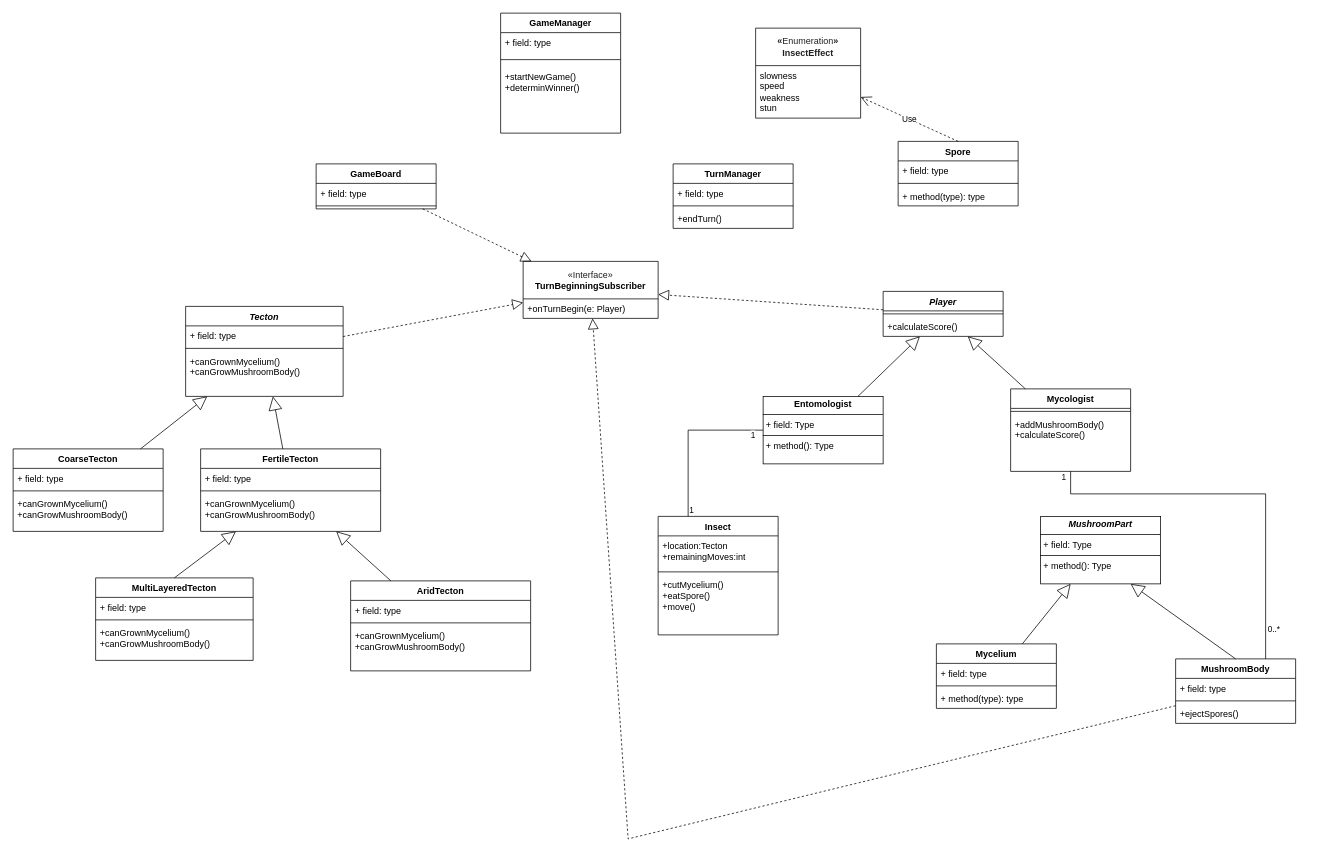
Earlier version of the draw.io diagram Fungrorium_ClassDiagram.drawio (koharzsombor/bandITs). Source tidied: cells renumbered, new cells numbered last; positions are measured from the earlier drawing's top-left corner, leaving out a move shared by most shapes. Both pictures are drawn from the tidied source at 75%, with x=0, y=0 at pixel (13, 13).
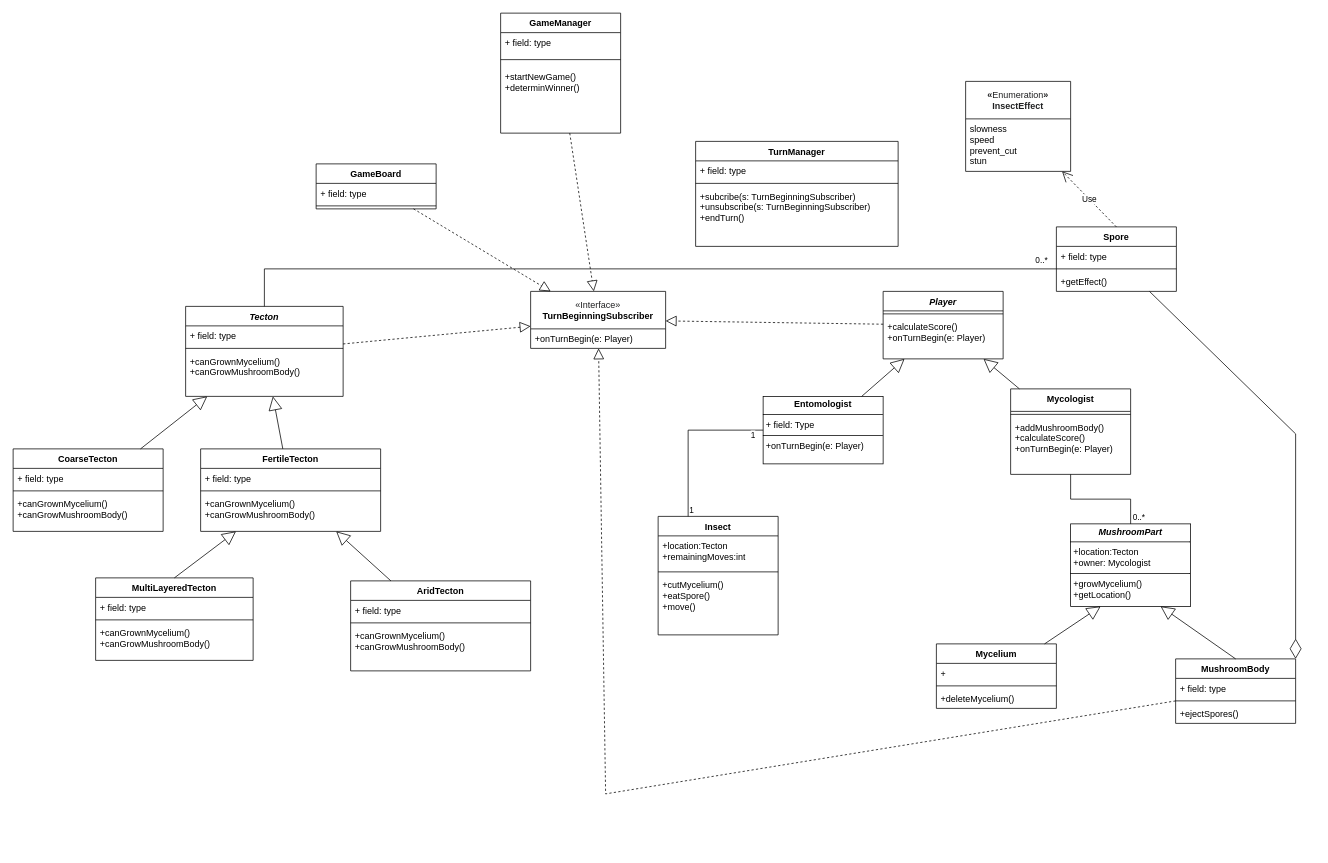
The same page after the edit.

Commit message (it also covers changes not shown here):
#8 Diagram frissitve

Unchanged cells that the change refers to:
```xml
<mxCell id="2" value="&lt;i style=&quot;&quot;&gt;Tecton&lt;/i&gt;" style="swimlane;fontStyle=1;align=center;verticalAlign=top;horizontal=1;startSize=26;whiteSpace=wrap;html=1;" parent="1" vertex="1">
  <mxGeometry x="230" y="391" width="210" height="120" as="geometry" />
</mxCell>
<mxCell id="28" value="Mycelium" style="swimlane;fontStyle=1;align=center;verticalAlign=top;horizontal=1;startSize=26;whiteSpace=wrap;html=1;" parent="1" vertex="1">
  <mxGeometry x="1231" y="841" width="160" height="86" as="geometry" />
</mxCell>
<mxCell id="32" value="MushroomBody" style="swimlane;fontStyle=1;align=center;verticalAlign=top;horizontal=1;startSize=26;whiteSpace=wrap;html=1;" parent="1" vertex="1">
  <mxGeometry x="1550" y="861" width="160" height="86" as="geometry" />
</mxCell>
<mxCell id="46" value="GameManager" style="swimlane;fontStyle=1;align=center;verticalAlign=top;horizontal=1;startSize=26;whiteSpace=wrap;html=1;" parent="1" vertex="1">
  <mxGeometry x="650" width="160" height="160" as="geometry" />
</mxCell>
```

The edit, as a diff of the source:
```diff
@@
-    <mxCell id="26" value="&lt;p style=&quot;margin:0px;margin-top:4px;text-align:center;&quot;&gt;&lt;b&gt;&lt;i&gt;MushroomPart&lt;/i&gt;&lt;/b&gt;&lt;/p&gt;&lt;hr size=&quot;1&quot; style=&quot;border-style:solid;&quot;&gt;&lt;p style=&quot;margin:0px;margin-left:4px;&quot;&gt;+ field: Type&lt;/p&gt;&lt;hr size=&quot;1&quot; style=&quot;border-style:solid;&quot;&gt;&lt;p style=&quot;margin:0px;margin-left:4px;&quot;&gt;+ method(): Type&lt;/p&gt;" style="verticalAlign=top;align=left;overflow=fill;html=1;whiteSpace=wrap;" parent="1" vertex="1">
-      <mxGeometry x="1370" y="671" width="160" height="90" as="geometry" />
+    <mxCell id="26" value="&lt;p style=&quot;margin:0px;margin-top:4px;text-align:center;&quot;&gt;&lt;b&gt;&lt;i&gt;MushroomPart&lt;/i&gt;&lt;/b&gt;&lt;/p&gt;&lt;hr size=&quot;1&quot; style=&quot;border-style:solid;&quot;&gt;&lt;p style=&quot;margin:0px;margin-left:4px;&quot;&gt;+location:Tecton&lt;/p&gt;&lt;p style=&quot;margin:0px;margin-left:4px;&quot;&gt;+owner: Mycologist&lt;/p&gt;&lt;hr size=&quot;1&quot; style=&quot;border-style:solid;&quot;&gt;&lt;p style=&quot;margin:0px;margin-left:4px;&quot;&gt;+growMycelium()&lt;/p&gt;&lt;p style=&quot;margin:0px;margin-left:4px;&quot;&gt;+getLocation()&lt;/p&gt;" style="verticalAlign=top;align=left;overflow=fill;html=1;whiteSpace=wrap;" parent="1" vertex="1">
+      <mxGeometry x="1410" y="681" width="160" height="110" as="geometry" />
     </mxCell>
@@
-    <mxCell id="29" value="+ field: type" style="text;strokeColor=none;fillColor=none;align=left;verticalAlign=top;spacingLeft=4;spacingRight=4;overflow=hidden;whiteSpace=wrap;html=1;" parent="28" vertex="1">
+    <mxCell id="29" value="+" style="text;strokeColor=none;fillColor=none;align=left;verticalAlign=top;spacingLeft=4;spacingRight=4;overflow=hidden;whiteSpace=wrap;html=1;" parent="28" vertex="1">
       <mxGeometry y="26" width="160" height="26" as="geometry" />
     </mxCell>
@@
-    <mxCell id="31" value="+ method(type): type" style="text;strokeColor=none;fillColor=none;align=left;verticalAlign=top;spacingLeft=4;spacingRight=4;overflow=hidden;whiteSpace=wrap;html=1;" parent="28" vertex="1">
+    <mxCell id="31" value="+deleteMycelium()" style="text;strokeColor=none;fillColor=none;align=left;verticalAlign=top;spacingLeft=4;spacingRight=4;overflow=hidden;whiteSpace=wrap;html=1;" parent="28" vertex="1">
       <mxGeometry y="60" width="160" height="26" as="geometry" />
     </mxCell>
@@
     <mxCell id="38" value="Spore" style="swimlane;fontStyle=1;align=center;verticalAlign=top;horizontal=1;startSize=26;whiteSpace=wrap;html=1;" parent="1" vertex="1">
-      <mxGeometry x="1180" y="171" width="160" height="86" as="geometry" />
+      <mxGeometry x="1391" y="285" width="160" height="86" as="geometry" />
     </mxCell>
@@
-    <mxCell id="41" value="+ method(type): type" style="text;strokeColor=none;fillColor=none;align=left;verticalAlign=top;spacingLeft=4;spacingRight=4;overflow=hidden;whiteSpace=wrap;html=1;" parent="38" vertex="1">
+    <mxCell id="41" value="+getEffect()" style="text;strokeColor=none;fillColor=none;align=left;verticalAlign=top;spacingLeft=4;spacingRight=4;overflow=hidden;whiteSpace=wrap;html=1;" parent="38" vertex="1">
       <mxGeometry y="60" width="160" height="26" as="geometry" />
     </mxCell>
@@
-    <mxCell id="53" value="&lt;p style=&quot;margin:0px;margin-top:4px;text-align:center;&quot;&gt;&lt;b&gt;Entomologist&lt;/b&gt;&lt;/p&gt;&lt;hr size=&quot;1&quot; style=&quot;border-style:solid;&quot;&gt;&lt;p style=&quot;margin:0px;margin-left:4px;&quot;&gt;+ field: Type&lt;/p&gt;&lt;hr size=&quot;1&quot; style=&quot;border-style:solid;&quot;&gt;&lt;p style=&quot;margin:0px;margin-left:4px;&quot;&gt;+ method(): Type&lt;/p&gt;" style="verticalAlign=top;align=left;overflow=fill;html=1;whiteSpace=wrap;" parent="1" vertex="1">
+    <mxCell id="53" value="&lt;p style=&quot;margin:0px;margin-top:4px;text-align:center;&quot;&gt;&lt;b&gt;Entomologist&lt;/b&gt;&lt;/p&gt;&lt;hr size=&quot;1&quot; style=&quot;border-style:solid;&quot;&gt;&lt;p style=&quot;margin:0px;margin-left:4px;&quot;&gt;+ field: Type&lt;/p&gt;&lt;hr size=&quot;1&quot; style=&quot;border-style:solid;&quot;&gt;&lt;p style=&quot;margin:0px;margin-left:4px;&quot;&gt;+onTurnBegin(e: Player)&lt;/p&gt;" style="verticalAlign=top;align=left;overflow=fill;html=1;whiteSpace=wrap;" parent="1" vertex="1">
       <mxGeometry x="1000" y="511" width="160" height="90" as="geometry" />
     </mxCell>
     <mxCell id="54" value="&lt;div&gt;&lt;i style=&quot;background-color: transparent; color: light-dark(rgb(0, 0, 0), rgb(255, 255, 255));&quot;&gt;Player&lt;/i&gt;&lt;/div&gt;" style="swimlane;fontStyle=1;align=center;verticalAlign=top;horizontal=1;startSize=26;whiteSpace=wrap;html=1;" parent="1" vertex="1">
-      <mxGeometry x="1160" y="371" width="160" height="60" as="geometry" />
+      <mxGeometry x="1160" y="371" width="160" height="90" as="geometry" />
     </mxCell>
@@
-    <mxCell id="56" value="+calculateScore()" style="text;strokeColor=none;fillColor=none;align=left;verticalAlign=top;spacingLeft=4;spacingRight=4;overflow=hidden;whiteSpace=wrap;html=1;" parent="54" vertex="1">
-      <mxGeometry y="34" width="160" height="26" as="geometry" />
+    <mxCell id="56" value="+calculateScore()&lt;div&gt;+onTurnBegin(e: Player)&lt;/div&gt;" style="text;strokeColor=none;fillColor=none;align=left;verticalAlign=top;spacingLeft=4;spacingRight=4;overflow=hidden;whiteSpace=wrap;html=1;" parent="54" vertex="1">
+      <mxGeometry y="34" width="160" height="56" as="geometry" />
     </mxCell>
-    <mxCell id="57" value="&lt;strong&gt;Mycologist&lt;/strong&gt;" style="swimlane;fontStyle=1;align=center;verticalAlign=top;horizontal=1;startSize=26;whiteSpace=wrap;html=1;" parent="1" vertex="1">
-      <mxGeometry x="1330" y="501" width="160" height="110" as="geometry" />
+    <mxCell id="57" value="&lt;strong&gt;Mycologist&lt;/strong&gt;" style="swimlane;fontStyle=1;align=center;verticalAlign=top;horizontal=1;startSize=30;whiteSpace=wrap;html=1;" parent="1" vertex="1">
+      <mxGeometry x="1330" y="501" width="160" height="114" as="geometry" />
     </mxCell>
     <mxCell id="58" style="line;strokeWidth=1;fillColor=none;align=left;verticalAlign=middle;spacingTop=-1;spacingLeft=3;spacingRight=3;labelPosition=right;strokeColor=inherit;" parent="57" vertex="1">
-      <mxGeometry y="26" width="160" height="8" as="geometry" />
+      <mxGeometry y="30" width="160" height="8" as="geometry" />
     </mxCell>
-    <mxCell id="59" value="+addMushroomBody()&lt;div&gt;+calculateScore()&lt;/div&gt;&lt;div&gt;&lt;br&gt;&lt;/div&gt;" style="text;strokeColor=none;fillColor=none;align=left;verticalAlign=top;spacingLeft=4;spacingRight=4;overflow=hidden;points=[[0,0.5],[1,0.5]];portConstraint=eastwest;whiteSpace=wrap;html=1;" parent="57" vertex="1">
-      <mxGeometry y="34" width="160" height="76" as="geometry" />
+    <mxCell id="59" value="+addMushroomBody()&lt;div&gt;+calculateScore()&lt;/div&gt;&lt;div&gt;+onTurnBegin(e: Player)&lt;/div&gt;" style="text;strokeColor=none;fillColor=none;align=left;verticalAlign=top;spacingLeft=4;spacingRight=4;overflow=hidden;points=[[0,0.5],[1,0.5]];portConstraint=eastwest;whiteSpace=wrap;html=1;" parent="57" vertex="1">
+      <mxGeometry y="38" width="160" height="76" as="geometry" />
     </mxCell>
@@
     <mxCell id="62" value="&lt;font&gt;&lt;b style=&quot;color: rgb(32, 33, 34); font-family: sans-serif; text-align: start; background-color: rgb(255, 255, 255);&quot;&gt;«&lt;/b&gt;&lt;span style=&quot;color: rgb(32, 33, 34); font-family: sans-serif; text-align: start; background-color: rgb(255, 255, 255);&quot;&gt;&lt;font style=&quot;&quot;&gt;Enumeration&lt;/font&gt;&lt;/span&gt;&lt;b style=&quot;color: rgb(32, 33, 34); font-family: sans-serif; text-align: start; background-color: rgb(255, 255, 255);&quot;&gt;»&lt;/b&gt;&lt;/font&gt;&lt;div&gt;&lt;font&gt;&lt;b style=&quot;color: rgb(32, 33, 34); font-family: sans-serif; text-align: start; background-color: rgb(255, 255, 255);&quot;&gt;InsectEffect&lt;/b&gt;&lt;/font&gt;&lt;/div&gt;" style="swimlane;fontStyle=0;horizontal=1;startSize=50;fillColor=none;whiteSpace=wrap;html=1;" parent="1" vertex="1">
-      <mxGeometry x="990" y="20" width="140" height="120" as="geometry" />
+      <mxGeometry x="1270" y="91" width="140" height="120" as="geometry" />
     </mxCell>
-    <mxCell id="63" value="slowness&lt;div&gt;speed&lt;/div&gt;&lt;div&gt;weakness&lt;/div&gt;&lt;div&gt;stun&lt;/div&gt;" style="text;strokeColor=none;fillColor=none;align=left;verticalAlign=top;spacingLeft=4;spacingRight=4;overflow=hidden;whiteSpace=wrap;html=1;" parent="62" vertex="1">
+    <mxCell id="63" value="slowness&lt;div&gt;speed&lt;/div&gt;&lt;div&gt;prevent_cut&lt;/div&gt;&lt;div&gt;stun&lt;/div&gt;" style="text;strokeColor=none;fillColor=none;align=left;verticalAlign=top;spacingLeft=4;spacingRight=4;overflow=hidden;whiteSpace=wrap;html=1;" parent="62" vertex="1">
       <mxGeometry y="50" width="140" height="70" as="geometry" />
     </mxCell>
@@
-    <mxCell id="65" style="endArrow=none;html=1;edgeStyle=orthogonalEdgeStyle;rounded=0;exitX=0.75;exitY=0;exitDx=0;exitDy=0;" parent="1" edge="1" source="32" target="59">
-      <mxGeometry relative="1" as="geometry">
-        <Array as="points">
-          <mxPoint x="1670" y="641" />
-          <mxPoint x="1410" y="641" />
-        </Array>
-      </mxGeometry>
-    </mxCell>
-    <mxCell id="66" value="0..*" style="edgeLabel;html=1;align=center;verticalAlign=middle;" parent="65" vertex="1">
-      <mxGeometry x="-0.9" relative="1" as="geometry">
-        <mxPoint x="10" y="-15" as="offset" />
-      </mxGeometry>
-    </mxCell>
-    <mxCell id="67" value="1" style="edgeLabel;html=1;align=center;verticalAlign=middle;" parent="65" vertex="1">
-      <mxGeometry x="0.92" y="3" relative="1" as="geometry">
-        <mxPoint x="-7" y="-13" as="offset" />
-      </mxGeometry>
-    </mxCell>
@@
     <mxCell id="71" value="&lt;font style=&quot;font-weight: 700;&quot;&gt;&lt;span style=&quot;font-weight: 400; color: rgb(32, 33, 34); font-family: sans-serif; text-align: start; background-color: rgb(255, 255, 255);&quot;&gt;«&lt;/span&gt;&lt;span style=&quot;color: rgb(32, 33, 34); font-family: sans-serif; text-align: start; background-color: rgb(255, 255, 255); font-weight: 400;&quot;&gt;Interface&lt;/span&gt;&lt;span style=&quot;font-weight: 400; color: rgb(32, 33, 34); font-family: sans-serif; text-align: start; background-color: rgb(255, 255, 255);&quot;&gt;»&lt;/span&gt;&lt;/font&gt;&lt;div style=&quot;font-weight: 700; text-align: start;&quot;&gt;&lt;font face=&quot;sans-serif&quot;&gt;&lt;span style=&quot;background-color: rgb(255, 255, 255);&quot;&gt;TurnBeginningSubscriber&lt;/span&gt;&lt;/font&gt;&lt;/div&gt;" style="swimlane;fontStyle=0;horizontal=1;startSize=50;fillColor=none;whiteSpace=wrap;html=1;" parent="1" vertex="1">
-      <mxGeometry x="680" y="331" width="180" height="76" as="geometry" />
+      <mxGeometry x="690" y="371" width="180" height="76" as="geometry" />
     </mxCell>
@@
     <mxCell id="76" style="endArrow=block;dashed=1;endFill=0;endSize=12;html=1;rounded=0;" parent="1" edge="1" source="32" target="71">
       <mxGeometry relative="1" as="geometry">
         <Array as="points">
-          <mxPoint x="820" y="1101" />
+          <mxPoint x="790" y="1041" />
         </Array>
       </mxGeometry>
     </mxCell>
+    <mxCell id="81" style="endArrow=block;dashed=1;endFill=0;endSize=12;html=1;rounded=0;" parent="1" edge="1" source="46" target="71">
+      <mxGeometry relative="1" as="geometry" />
+    </mxCell>
+    <mxCell id="82" style="endArrow=diamondThin;endFill=0;endSize=24;html=1;rounded=0;entryX=1;entryY=0;entryDx=0;entryDy=0;" parent="1" edge="1" source="38" target="32">
+      <mxGeometry relative="1" as="geometry">
+        <Array as="points">
+          <mxPoint x="1710" y="561" />
+        </Array>
+      </mxGeometry>
+    </mxCell>
     <mxCell id="77" value="TurnManager" style="swimlane;fontStyle=1;align=center;verticalAlign=top;horizontal=1;startSize=26;whiteSpace=wrap;html=1;" parent="1" vertex="1">
-      <mxGeometry x="880" y="201" width="160" height="86" as="geometry" />
+      <mxGeometry x="910" y="171" width="270" height="140" as="geometry" />
     </mxCell>
     <mxCell id="78" value="+ field: type" style="text;strokeColor=none;fillColor=none;align=left;verticalAlign=top;spacingLeft=4;spacingRight=4;overflow=hidden;whiteSpace=wrap;html=1;" parent="77" vertex="1">
-      <mxGeometry y="26" width="160" height="26" as="geometry" />
+      <mxGeometry y="26" width="270" height="26" as="geometry" />
     </mxCell>
-    <mxCell id="79" style="line;strokeWidth=1;fillColor=none;align=left;verticalAlign=middle;spacingTop=-1;spacingLeft=3;spacingRight=3;labelPosition=right;strokeColor=inherit;" parent="77" vertex="1">
-      <mxGeometry y="52" width="160" height="8" as="geometry" />
-    </mxCell>
-    <mxCell id="80" value="+endTurn()" style="text;strokeColor=none;fillColor=none;align=left;verticalAlign=top;spacingLeft=4;spacingRight=4;overflow=hidden;whiteSpace=wrap;html=1;" parent="77" vertex="1">
-      <mxGeometry y="60" width="160" height="26" as="geometry" />
-    </mxCell>
+    <mxCell id="83" style="line;strokeWidth=1;fillColor=none;align=left;verticalAlign=middle;spacingTop=-1;spacingLeft=3;spacingRight=3;labelPosition=right;strokeColor=inherit;" parent="77" vertex="1">
+      <mxGeometry y="52" width="270" height="8" as="geometry" />
+    </mxCell>
+    <mxCell id="84" value="+subcribe(s: TurnBeginningSubscriber)&lt;div&gt;+unsubscribe(s:&amp;nbsp;&lt;span style=&quot;background-color: transparent; color: light-dark(rgb(0, 0, 0), rgb(255, 255, 255));&quot;&gt;TurnBeginningSubscriber)&lt;/span&gt;&lt;/div&gt;&lt;div&gt;&lt;span style=&quot;background-color: transparent; color: light-dark(rgb(0, 0, 0), rgb(255, 255, 255));&quot;&gt;+endTurn()&lt;/span&gt;&lt;/div&gt;" style="text;strokeColor=none;fillColor=none;align=left;verticalAlign=top;spacingLeft=4;spacingRight=4;overflow=hidden;whiteSpace=wrap;html=1;" parent="77" vertex="1">
+      <mxGeometry y="60" width="270" height="80" as="geometry" />
+    </mxCell>
+    <mxCell id="85" style="endArrow=none;html=1;edgeStyle=orthogonalEdgeStyle;rounded=0;" parent="1" edge="1" source="57" target="26">
+      <mxGeometry relative="1" as="geometry" />
+    </mxCell>
+    <mxCell id="66" value="0..*" style="edgeLabel;html=1;align=center;verticalAlign=middle;" parent="85" vertex="1">
+      <mxGeometry x="0.81" relative="1" as="geometry">
+        <mxPoint x="10" y="4" as="offset" />
+      </mxGeometry>
+    </mxCell>
+    <mxCell id="86" style="endArrow=none;html=1;edgeStyle=orthogonalEdgeStyle;rounded=0;" parent="1" edge="1" source="2" target="38">
+      <mxGeometry relative="1" as="geometry">
+        <Array as="points">
+          <mxPoint x="335" y="341" />
+        </Array>
+      </mxGeometry>
+    </mxCell>
+    <mxCell id="87" value="0..*" style="edgeLabel;html=1;align=right;verticalAlign=bottom;" parent="86" vertex="1">
+      <mxGeometry x="1" relative="1" as="geometry">
+        <mxPoint x="-11" y="-4" as="offset" />
+      </mxGeometry>
+    </mxCell>
```
